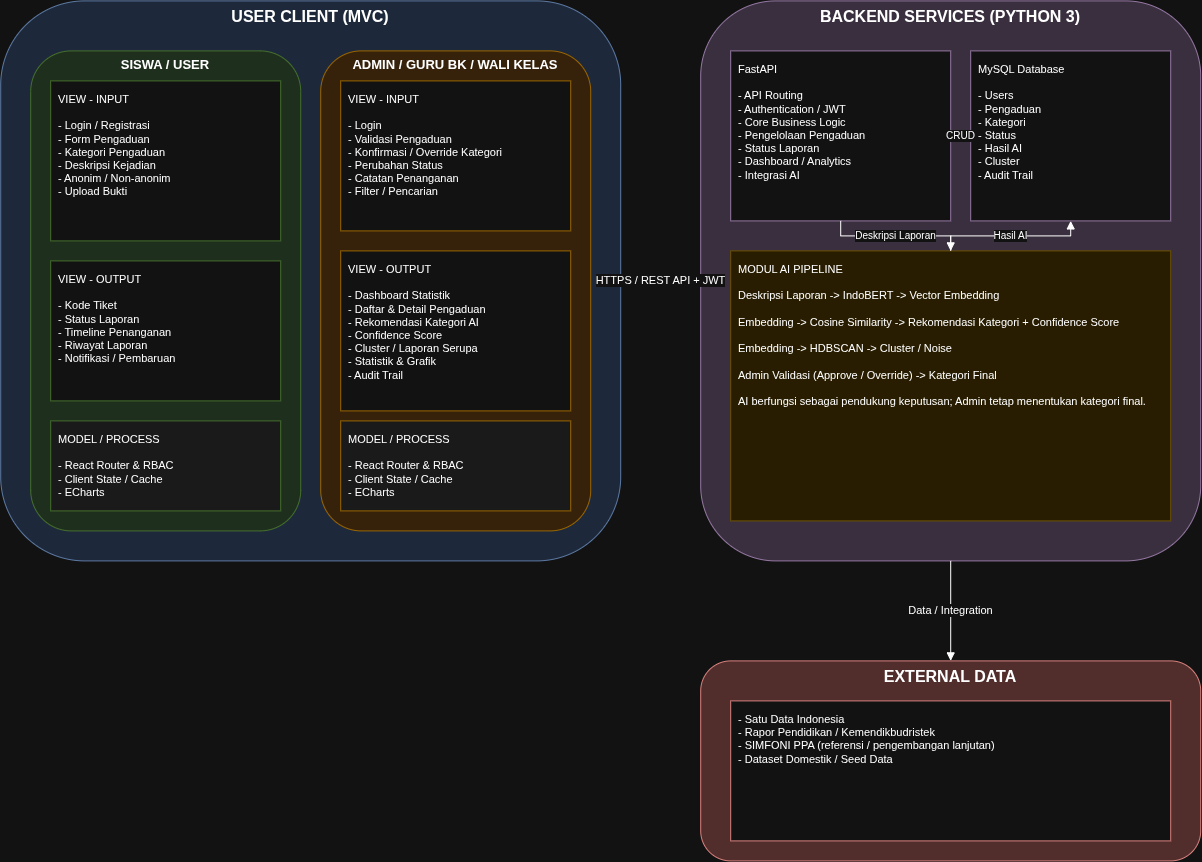
afkamz/SIGAP_Sistem_informasi-_Gawat_Aduan_Perundungan keeps this draw.io diagram as Diagram Tanpa Judul.drawio.png. Above is the earlier version. Source tidied: cells renumbered, new cells last; positions are measured from the earlier drawing's top-left corner, leaving out a move shared by most shapes.
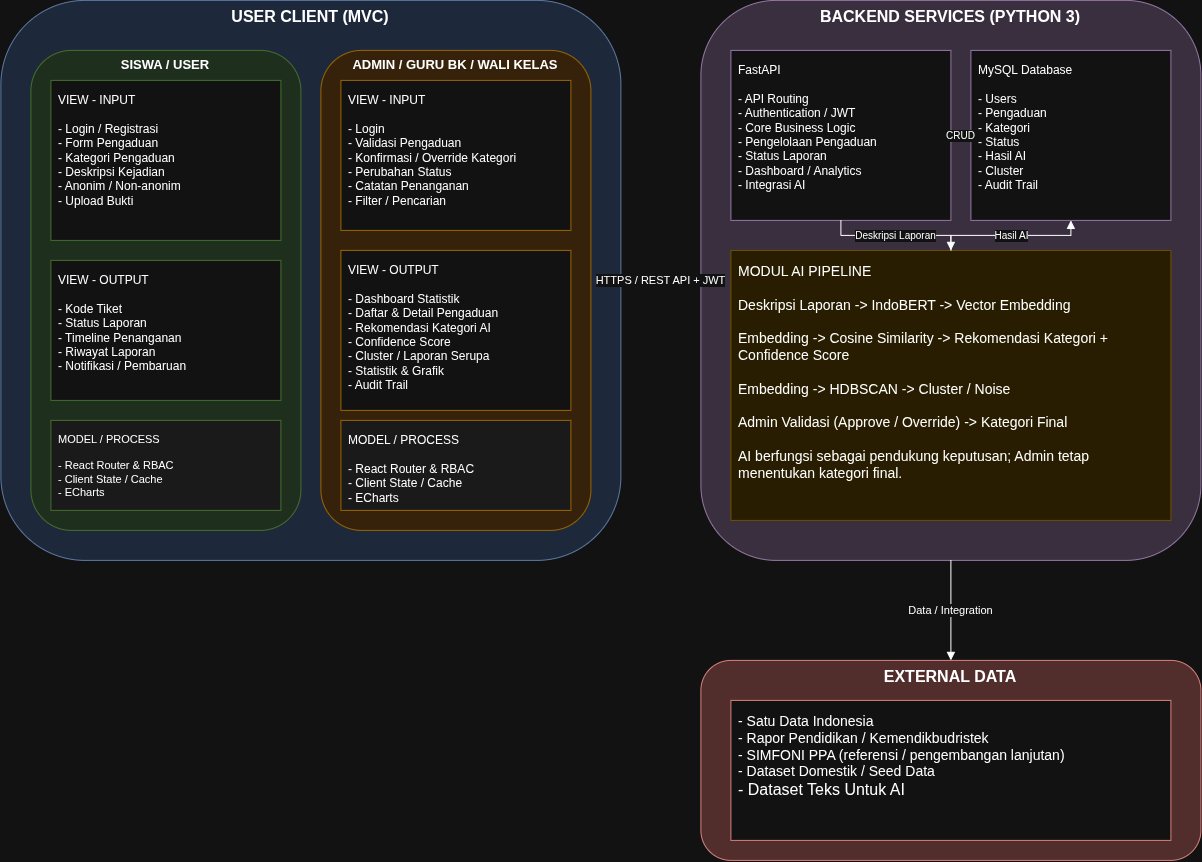
Later version of the same file.

The edit, as a diff of the source:
```diff
@@ -8,10 +8,10 @@
     <mxCell id="3" value="SISWA / USER" style="rounded=1;whiteSpace=wrap;html=1;verticalAlign=top;fontStyle=1;fontSize=13;fillColor=#d5e8d4;strokeColor=#82b366;" parent="1" vertex="1">
       <mxGeometry x="30" y="50" width="270" height="480" as="geometry" />
     </mxCell>
-    <mxCell id="4" value="VIEW - INPUT&#10;&#10;- Login / Registrasi&#10;- Form Pengaduan&#10;   - Kategori Pengaduan&#10;   - Deskripsi Kejadian&#10;   - Anonim / Non-anonim&#10;   - Upload Bukti" style="rounded=0;whiteSpace=wrap;html=1;align=left;verticalAlign=top;spacing=8;fontSize=11;fillColor=#ffffff;strokeColor=#82b366;" parent="1" vertex="1">
+    <mxCell id="4" value="&lt;font style=&quot;font-size: 12px;&quot;&gt;VIEW - INPUT&lt;br&gt;&lt;br&gt;- Login / Registrasi&lt;br&gt;- Form Pengaduan&lt;br&gt;   - Kategori Pengaduan&lt;br&gt;   - Deskripsi Kejadian&lt;br&gt;   - Anonim / Non-anonim&lt;br&gt;   - Upload Bukti&lt;/font&gt;" style="rounded=0;whiteSpace=wrap;html=1;align=left;verticalAlign=top;spacing=8;fontSize=11;fillColor=#ffffff;strokeColor=#82b366;" parent="1" vertex="1">
       <mxGeometry x="50" y="80" width="230" height="160" as="geometry" />
     </mxCell>
-    <mxCell id="5" value="VIEW - OUTPUT&#10;&#10;- Kode Tiket&#10;- Status Laporan&#10;- Timeline Penanganan&#10;- Riwayat Laporan&#10;- Notifikasi / Pembaruan" style="rounded=0;whiteSpace=wrap;html=1;align=left;verticalAlign=top;spacing=8;fontSize=11;fillColor=#ffffff;strokeColor=#82b366;" parent="1" vertex="1">
+    <mxCell id="5" value="&lt;font style=&quot;font-size: 12px;&quot;&gt;VIEW - OUTPUT&lt;br&gt;&lt;br&gt;- Kode Tiket&lt;br&gt;- Status Laporan&lt;br&gt;- Timeline Penanganan&lt;br&gt;- Riwayat Laporan&lt;br&gt;- Notifikasi / Pembaruan&lt;/font&gt;" style="rounded=0;whiteSpace=wrap;html=1;align=left;verticalAlign=top;spacing=8;fontSize=11;fillColor=#ffffff;strokeColor=#82b366;" parent="1" vertex="1">
       <mxGeometry x="50" y="260" width="230" height="140" as="geometry" />
     </mxCell>
     <mxCell id="6" value="MODEL / PROCESS&#10;&#10;- React Router &amp; RBAC&#10;- Client State / Cache&#10;- ECharts" style="rounded=0;whiteSpace=wrap;html=1;align=left;verticalAlign=top;spacing=8;fontSize=11;fillColor=#f5f5f5;strokeColor=#82b366;" parent="1" vertex="1">
@@ -20,33 +20,33 @@
     <mxCell id="7" value="ADMIN / GURU BK / WALI KELAS" style="rounded=1;whiteSpace=wrap;html=1;verticalAlign=top;fontStyle=1;fontSize=13;fillColor=#ffe6cc;strokeColor=#d79b00;" parent="1" vertex="1">
       <mxGeometry x="320" y="50" width="270" height="480" as="geometry" />
     </mxCell>
-    <mxCell id="8" value="VIEW - INPUT&#10;&#10;- Login&#10;- Validasi Pengaduan&#10;- Konfirmasi / Override Kategori&#10;- Perubahan Status&#10;- Catatan Penanganan&#10;- Filter / Pencarian" style="rounded=0;whiteSpace=wrap;html=1;align=left;verticalAlign=top;spacing=8;fontSize=11;fillColor=#ffffff;strokeColor=#d79b00;" parent="1" vertex="1">
+    <mxCell id="8" value="&lt;font style=&quot;font-size: 12px;&quot;&gt;VIEW - INPUT&lt;br&gt;&lt;br&gt;- Login&lt;br&gt;- Validasi Pengaduan&lt;br&gt;- Konfirmasi / Override Kategori&lt;br&gt;- Perubahan Status&lt;br&gt;- Catatan Penanganan&lt;br&gt;- Filter / Pencarian&lt;/font&gt;" style="rounded=0;whiteSpace=wrap;html=1;align=left;verticalAlign=top;spacing=8;fontSize=11;fillColor=#ffffff;strokeColor=#d79b00;" parent="1" vertex="1">
       <mxGeometry x="340" y="80" width="230" height="150" as="geometry" />
     </mxCell>
-    <mxCell id="9" value="VIEW - OUTPUT&#10;&#10;- Dashboard Statistik&#10;- Daftar &amp; Detail Pengaduan&#10;- Rekomendasi Kategori AI&#10;- Confidence Score&#10;- Cluster / Laporan Serupa&#10;- Statistik &amp; Grafik&#10;- Audit Trail" style="rounded=0;whiteSpace=wrap;html=1;align=left;verticalAlign=top;spacing=8;fontSize=11;fillColor=#ffffff;strokeColor=#d79b00;" parent="1" vertex="1">
+    <mxCell id="9" value="&lt;font style=&quot;font-size: 12px;&quot;&gt;VIEW - OUTPUT&lt;br&gt;&lt;br&gt;- Dashboard Statistik&lt;br&gt;- Daftar &amp;amp; Detail Pengaduan&lt;br&gt;- Rekomendasi Kategori AI&lt;br&gt;- Confidence Score&lt;br&gt;- Cluster / Laporan Serupa&lt;br&gt;- Statistik &amp;amp; Grafik&lt;br&gt;- Audit Trail&lt;/font&gt;" style="rounded=0;whiteSpace=wrap;html=1;align=left;verticalAlign=top;spacing=8;fontSize=11;fillColor=#ffffff;strokeColor=#d79b00;" parent="1" vertex="1">
       <mxGeometry x="340" y="250" width="230" height="160" as="geometry" />
     </mxCell>
-    <mxCell id="10" value="MODEL / PROCESS&#10;&#10;- React Router &amp; RBAC&#10;- Client State / Cache&#10;- ECharts" style="rounded=0;whiteSpace=wrap;html=1;align=left;verticalAlign=top;spacing=8;fontSize=11;fillColor=#f5f5f5;strokeColor=#d79b00;" parent="1" vertex="1">
+    <mxCell id="10" value="&lt;font style=&quot;font-size: 12px;&quot;&gt;MODEL / PROCESS&lt;br&gt;&lt;br&gt;- React Router &amp;amp; RBAC&lt;br&gt;- Client State / Cache&lt;br&gt;- ECharts&lt;/font&gt;" style="rounded=0;whiteSpace=wrap;html=1;align=left;verticalAlign=top;spacing=8;fontSize=11;fillColor=#f5f5f5;strokeColor=#d79b00;" parent="1" vertex="1">
       <mxGeometry x="340" y="420" width="230" height="90" as="geometry" />
     </mxCell>
     <mxCell id="11" value="BACKEND SERVICES (PYTHON 3)" style="rounded=1;whiteSpace=wrap;html=1;verticalAlign=top;fontStyle=1;fontSize=16;fillColor=#e1d5e7;strokeColor=#9673a6;" parent="1" vertex="1">
       <mxGeometry x="700" width="500" height="560" as="geometry" />
     </mxCell>
-    <mxCell id="12" value="FastAPI&#10;&#10;- API Routing&#10;- Authentication / JWT&#10;- Core Business Logic&#10;- Pengelolaan Pengaduan&#10;- Status Laporan&#10;- Dashboard / Analytics&#10;- Integrasi AI" style="rounded=0;whiteSpace=wrap;html=1;align=left;verticalAlign=top;spacing=8;fontSize=11;fillColor=#ffffff;strokeColor=#9673a6;" parent="1" vertex="1">
+    <mxCell id="12" value="&lt;font style=&quot;font-size: 12px;&quot;&gt;FastAPI&lt;br&gt;&lt;br&gt;- API Routing&lt;br&gt;- Authentication / JWT&lt;br&gt;- Core Business Logic&lt;br&gt;- Pengelolaan Pengaduan&lt;br&gt;- Status Laporan&lt;br&gt;- Dashboard / Analytics&lt;br&gt;- Integrasi AI&lt;/font&gt;" style="rounded=0;whiteSpace=wrap;html=1;align=left;verticalAlign=top;spacing=8;fontSize=11;fillColor=#ffffff;strokeColor=#9673a6;" parent="1" vertex="1">
       <mxGeometry x="730" y="50" width="220" height="170" as="geometry" />
     </mxCell>
-    <mxCell id="13" value="MySQL Database&#10;&#10;- Users&#10;- Pengaduan&#10;- Kategori&#10;- Status&#10;- Hasil AI&#10;- Cluster&#10;- Audit Trail" style="rounded=0;whiteSpace=wrap;html=1;align=left;verticalAlign=top;spacing=8;fontSize=11;fillColor=#ffffff;strokeColor=#9673a6;" parent="1" vertex="1">
+    <mxCell id="13" value="&lt;font style=&quot;font-size: 12px;&quot;&gt;MySQL Database&lt;br&gt;&lt;br&gt;- Users&lt;br&gt;- Pengaduan&lt;br&gt;- Kategori&lt;br&gt;- Status&lt;br&gt;- Hasil AI&lt;br&gt;- Cluster&lt;br&gt;- Audit Trail&lt;/font&gt;" style="rounded=0;whiteSpace=wrap;html=1;align=left;verticalAlign=top;spacing=8;fontSize=11;fillColor=#ffffff;strokeColor=#9673a6;" parent="1" vertex="1">
       <mxGeometry x="970" y="50" width="200" height="170" as="geometry" />
     </mxCell>
-    <mxCell id="14" value="MODUL AI PIPELINE&#10;&#10;Deskripsi Laporan -&gt; IndoBERT -&gt; Vector Embedding&#10;&#10;Embedding -&gt; Cosine Similarity -&gt; Rekomendasi Kategori + Confidence Score&#10;&#10;Embedding -&gt; HDBSCAN -&gt; Cluster / Noise&#10;&#10;Admin Validasi (Approve / Override) -&gt; Kategori Final&#10;&#10;AI berfungsi sebagai pendukung keputusan; Admin tetap menentukan kategori final." style="rounded=0;whiteSpace=wrap;html=1;align=left;verticalAlign=top;spacing=8;fontSize=11;fillColor=#fff2cc;strokeColor=#d6b656;" parent="1" vertex="1">
+    <mxCell id="14" value="&lt;font style=&quot;font-size: 14px;&quot;&gt;MODUL AI PIPELINE&lt;br&gt;&lt;br&gt;Deskripsi Laporan -&amp;gt; IndoBERT -&amp;gt; Vector Embedding&lt;br&gt;&lt;br&gt;Embedding -&amp;gt; Cosine Similarity -&amp;gt; Rekomendasi Kategori + Confidence Score&lt;br&gt;&lt;br&gt;Embedding -&amp;gt; HDBSCAN -&amp;gt; Cluster / Noise&lt;br&gt;&lt;br&gt;Admin Validasi (Approve / Override) -&amp;gt; Kategori Final&lt;br&gt;&lt;br&gt;AI berfungsi sebagai pendukung keputusan; Admin tetap menentukan kategori final.&lt;/font&gt;" style="rounded=0;whiteSpace=wrap;html=1;align=left;verticalAlign=top;spacing=8;fontSize=11;fillColor=#fff2cc;strokeColor=#d6b656;" parent="1" vertex="1">
       <mxGeometry x="730" y="250" width="440" height="270" as="geometry" />
     </mxCell>
     <mxCell id="15" value="EXTERNAL DATA" style="rounded=1;whiteSpace=wrap;html=1;verticalAlign=top;fontStyle=1;fontSize=16;fillColor=#f8cecc;strokeColor=#b85450;" parent="1" vertex="1">
       <mxGeometry x="700" y="660" width="500" height="200" as="geometry" />
     </mxCell>
-    <mxCell id="16" value="- Satu Data Indonesia&#10;- Rapor Pendidikan / Kemendikbudristek&#10;- SIMFONI PPA (referensi / pengembangan lanjutan)&#10;- Dataset Domestik / Seed Data" style="rounded=0;whiteSpace=wrap;html=1;align=left;verticalAlign=top;spacing=8;fontSize=11;fillColor=#ffffff;strokeColor=#b85450;" parent="1" vertex="1">
-      <mxGeometry x="730" y="700" width="440" height="140" as="geometry" />
-    </mxCell>
+    <mxCell id="22" value="&lt;font style=&quot;font-size: 14px;&quot;&gt;- Satu Data Indonesia&lt;br&gt;- Rapor Pendidikan / Kemendikbudristek&lt;br&gt;- SIMFONI PPA (referensi / pengembangan lanjutan)&lt;br&gt;- Dataset Domestik / Seed Data&lt;/font&gt;&lt;div&gt;&lt;font size=&quot;3&quot;&gt;- Dataset Teks Untuk AI&lt;/font&gt;&lt;/div&gt;" style="rounded=0;whiteSpace=wrap;html=1;align=left;verticalAlign=top;spacing=8;fontSize=11;fillColor=#ffffff;strokeColor=#b85450;" parent="1" vertex="1">
+      <mxGeometry x="730" y="700" width="440" height="140" as="geometry" />
+    </mxCell>
     <mxCell id="17" value="HTTPS / REST API + JWT" style="edgeStyle=orthogonalEdgeStyle;rounded=0;html=1;fontSize=11;endArrow=block;startArrow=none;" parent="1" edge="1" source="2" target="11">
       <mxGeometry relative="1" as="geometry" />
     </mxCell>
```
